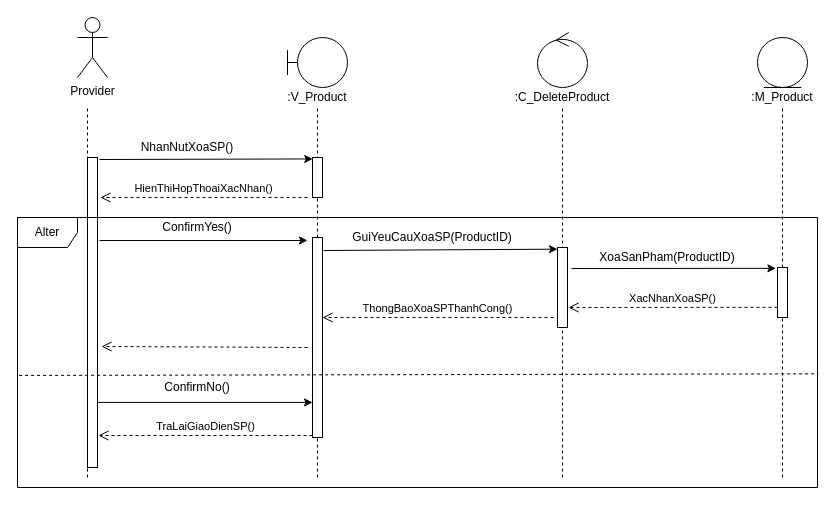
The draw.io diagram Sequence/Duy's Sequences/XoaSanPham.drawio in hoangminh15/PTTKHT, before the edit. Source tidied: cells renumbered, new cells numbered last; positions are measured from the earlier drawing's top-left corner, leaving out a move shared by most shapes. Both pictures are drawn from the tidied source at 100%, with x=0, y=0 at pixel (17, 17).
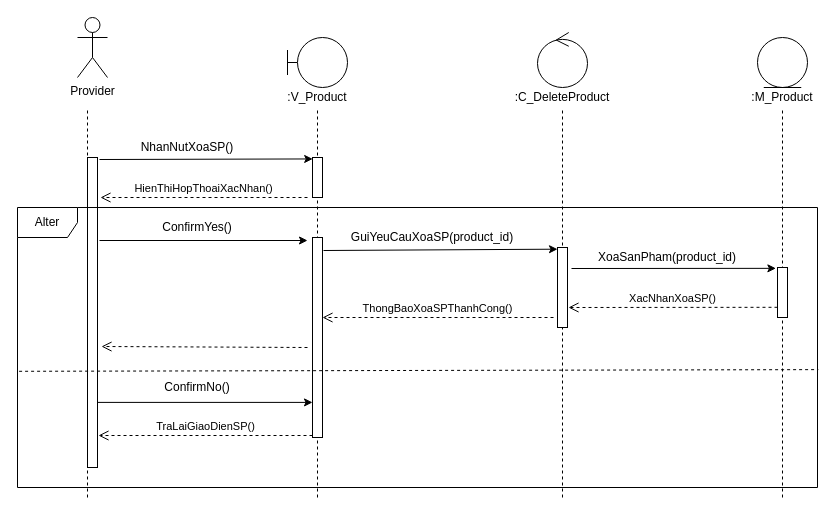
Above is the later version.

Unchanged cells that the change refers to:
```xml
<mxCell id="6" value=":M_Product" style="text;html=1;strokeColor=none;fillColor=none;align=center;verticalAlign=middle;whiteSpace=wrap;rounded=0;" parent="1" vertex="1">
  <mxGeometry x="745" y="70" width="40" height="20" as="geometry" />
</mxCell>
<mxCell id="7" value=":C_DeleteProduct" style="text;html=1;strokeColor=none;fillColor=none;align=center;verticalAlign=middle;whiteSpace=wrap;rounded=0;" parent="1" vertex="1">
  <mxGeometry x="525" y="70" width="40" height="20" as="geometry" />
</mxCell>
<mxCell id="8" value=":V_Product" style="text;html=1;strokeColor=none;fillColor=none;align=center;verticalAlign=middle;whiteSpace=wrap;rounded=0;" parent="1" vertex="1">
  <mxGeometry x="280" y="70" width="40" height="20" as="geometry" />
</mxCell>
```

Change to the diagram source:
```diff
@@
     <mxCell id="9" style="endArrow=none;dashed=1;html=1;entryX=0.5;entryY=1;entryDx=0;entryDy=0;" parent="1" edge="1" target="6">
       <mxGeometry relative="1" as="geometry">
-        <mxPoint x="765" y="460" as="sourcePoint" />
+        <mxPoint x="765" y="480" as="sourcePoint" />
       </mxGeometry>
     </mxCell>
     <mxCell id="10" style="endArrow=none;dashed=1;html=1;entryX=0.5;entryY=1;entryDx=0;entryDy=0;" parent="1" edge="1" target="7">
       <mxGeometry relative="1" as="geometry">
-        <mxPoint x="545" y="460" as="sourcePoint" />
+        <mxPoint x="545" y="480" as="sourcePoint" />
       </mxGeometry>
     </mxCell>
     <mxCell id="11" style="endArrow=none;dashed=1;html=1;entryX=0.5;entryY=1;entryDx=0;entryDy=0;" parent="1" edge="1" target="8">
       <mxGeometry relative="1" as="geometry">
-        <mxPoint x="300" y="460" as="sourcePoint" />
+        <mxPoint x="300" y="480" as="sourcePoint" />
       </mxGeometry>
     </mxCell>
     <mxCell id="12" style="endArrow=none;dashed=1;html=1;" parent="1" edge="1">
       <mxGeometry relative="1" as="geometry">
-        <mxPoint x="70" y="460" as="sourcePoint" />
+        <mxPoint x="70" y="480" as="sourcePoint" />
         <mxPoint x="70" y="90" as="targetPoint" />
       </mxGeometry>
     </mxCell>
@@
-    <mxCell id="23" value="GuiYeuCauXoaSP(ProductID)" style="text;html=1;strokeColor=none;fillColor=none;align=center;verticalAlign=middle;whiteSpace=wrap;rounded=0;" parent="1" vertex="1">
+    <mxCell id="23" value="GuiYeuCauXoaSP(product_id)" style="text;html=1;strokeColor=none;fillColor=none;align=center;verticalAlign=middle;whiteSpace=wrap;rounded=0;" parent="1" vertex="1">
       <mxGeometry x="395" y="210" width="40" height="20" as="geometry" />
     </mxCell>
@@
-    <mxCell id="26" value="XoaSanPham(ProductID)" style="text;html=1;strokeColor=none;fillColor=none;align=center;verticalAlign=middle;whiteSpace=wrap;rounded=0;" parent="1" vertex="1">
+    <mxCell id="26" value="XoaSanPham(product_id)" style="text;html=1;strokeColor=none;fillColor=none;align=center;verticalAlign=middle;whiteSpace=wrap;rounded=0;" parent="1" vertex="1">
       <mxGeometry x="630" y="230" width="40" height="20" as="geometry" />
     </mxCell>
@@
     <mxCell id="33" value="Alter" style="shape=umlFrame;whiteSpace=wrap;html=1;" parent="1" vertex="1">
-      <mxGeometry y="200" width="800" height="270" as="geometry" />
+      <mxGeometry y="190" width="800" height="280" as="geometry" />
     </mxCell>
```
